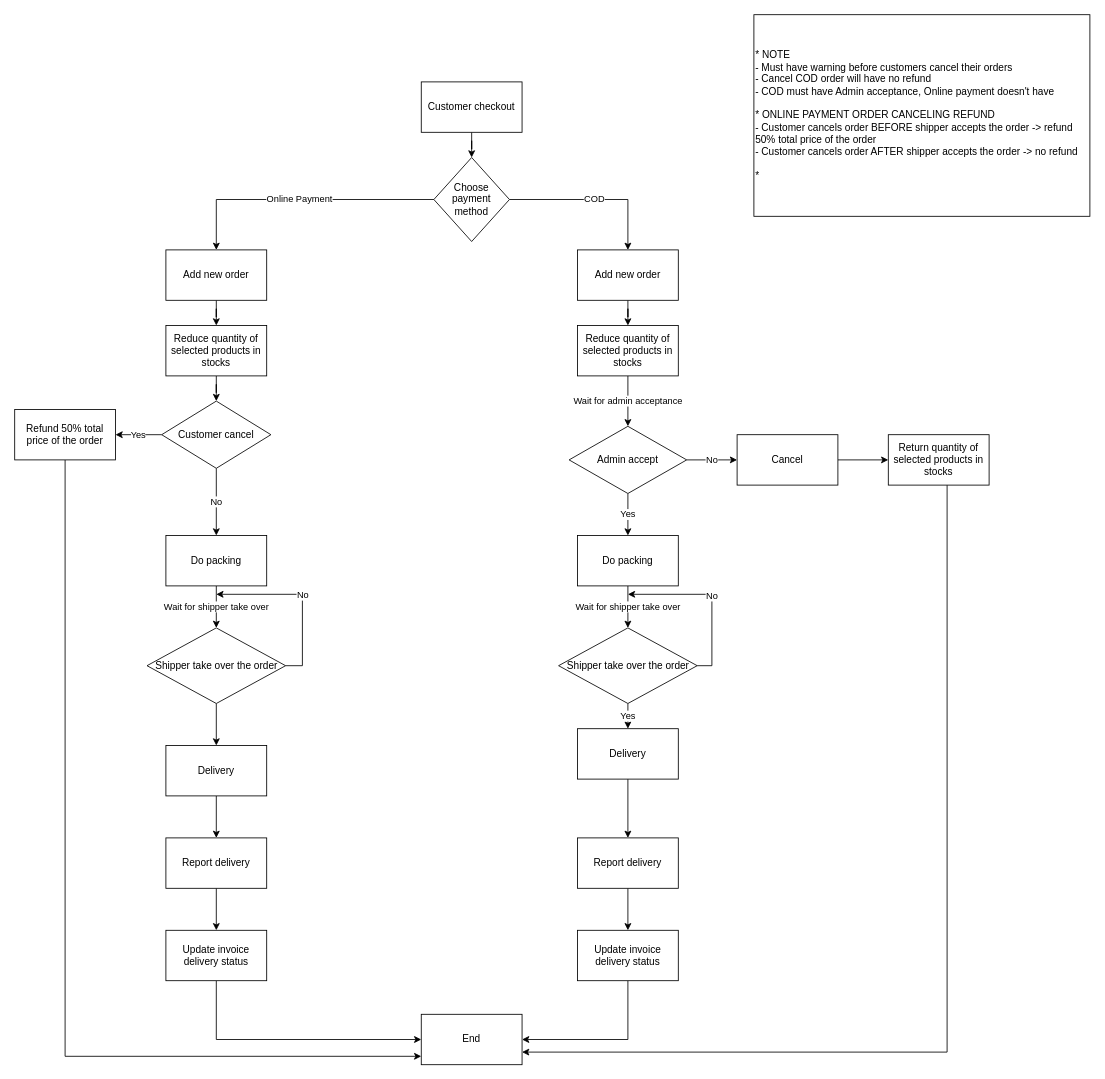
Earlier version of the draw.io diagram others/FOOLISH_PAYMENT_PROCEDURE_FLOWCHART.drawio (NguyenHoangSang236/FoolishStoreProject). Source tidied: cells renumbered, new cells numbered last; positions are measured from the earlier drawing's top-left corner, leaving out a move shared by most shapes. Both pictures are drawn from the tidied source at 84%, with x=0, y=0 at pixel (14, 14).
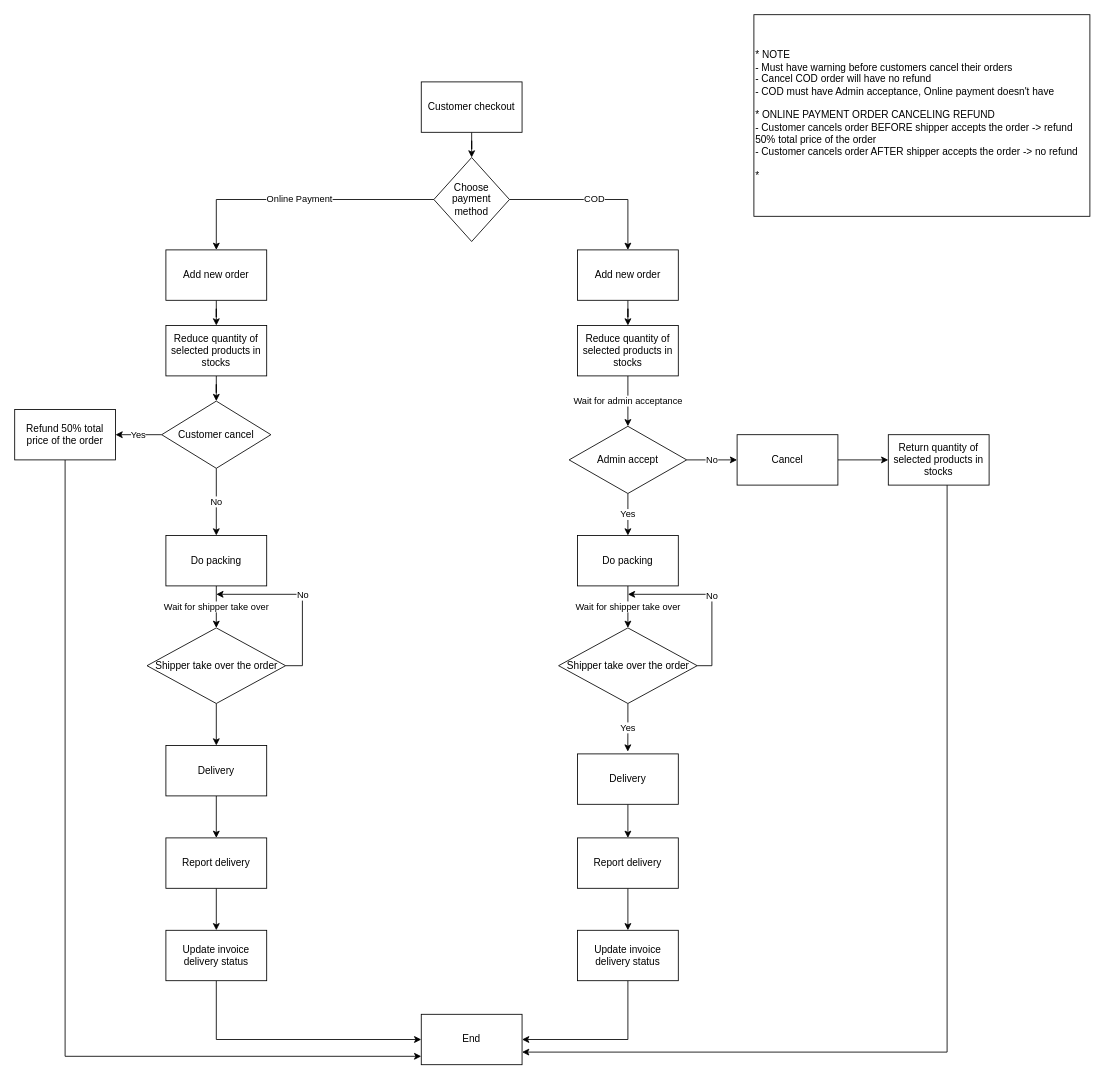
The same diagram, later.

The change refers to these unchanged cells:
```xml
<mxCell id="25" value="Shipper take over the order" style="rhombus;whiteSpace=wrap;html=1;" parent="1" vertex="1">
  <mxGeometry x="647.5" y="730" width="165" height="90" as="geometry" />
</mxCell>
```

Change to the diagram source:
```diff
@@
-    <mxCell id="24" value="Yes" style="edgeStyle=orthogonalEdgeStyle;rounded=0;jettySize=auto;html=1;" parent="1" edge="1" source="25">
-      <mxGeometry relative="1" as="geometry">
-        <mxPoint x="730" y="850" as="targetPoint" />
-      </mxGeometry>
+    <mxCell id="24" value="Yes" style="edgeStyle=orthogonalEdgeStyle;rounded=0;jettySize=auto;html=1;entryX=0.499;entryY=-0.046;entryDx=0;entryDy=0;entryPerimeter=0;" parent="1" edge="1" source="25" target="30">
+      <mxGeometry relative="1" as="geometry" />
     </mxCell>
@@
     <mxCell id="30" value="Delivery" style="rounded=0;whiteSpace=wrap;html=1;" parent="1" vertex="1">
-      <mxGeometry x="670" y="850" width="120" height="60" as="geometry" />
+      <mxGeometry x="670" y="880" width="120" height="60" as="geometry" />
     </mxCell>
```
